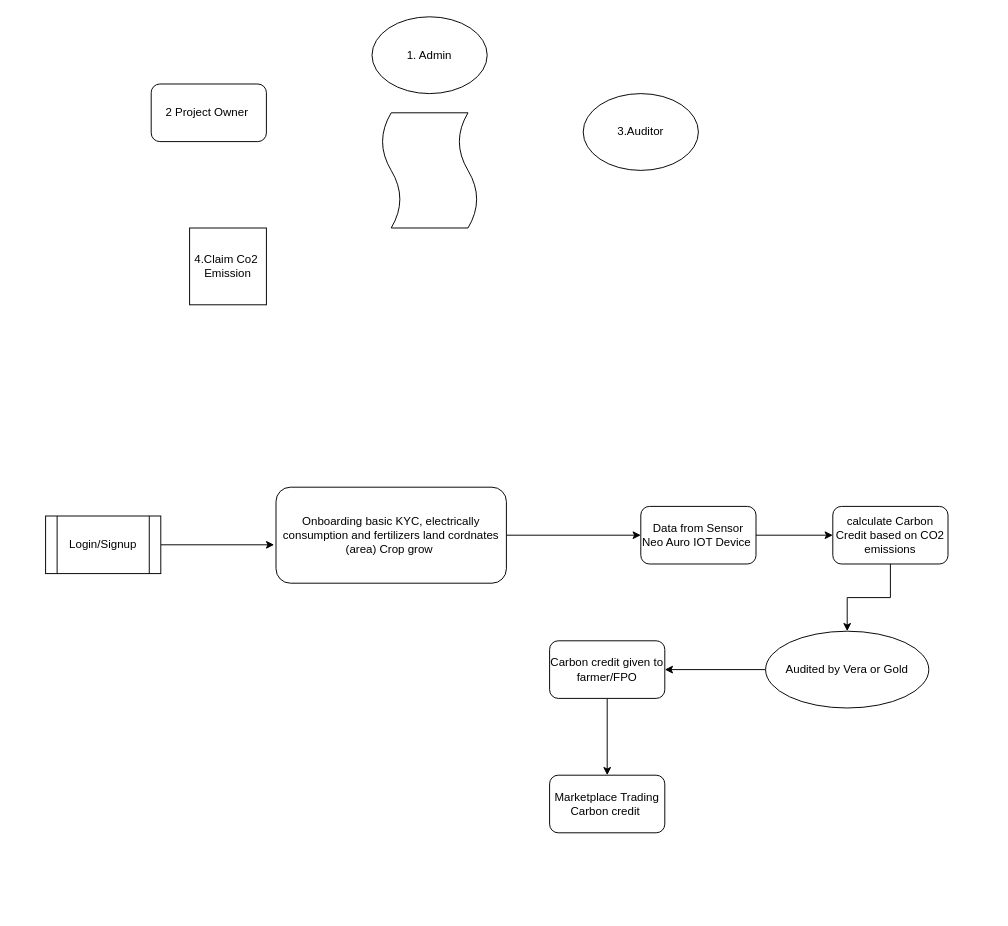
Before: Carbon_credit_diagram.drawio in Tapas15/Solidity, a draw.io diagram. Source tidied: cells renumbered, new cells numbered last; positions are measured from the earlier drawing's top-left corner, leaving out a move shared by most shapes. Both pictures are drawn from the tidied source at 96%, with x=0, y=0 at pixel (45, 16).
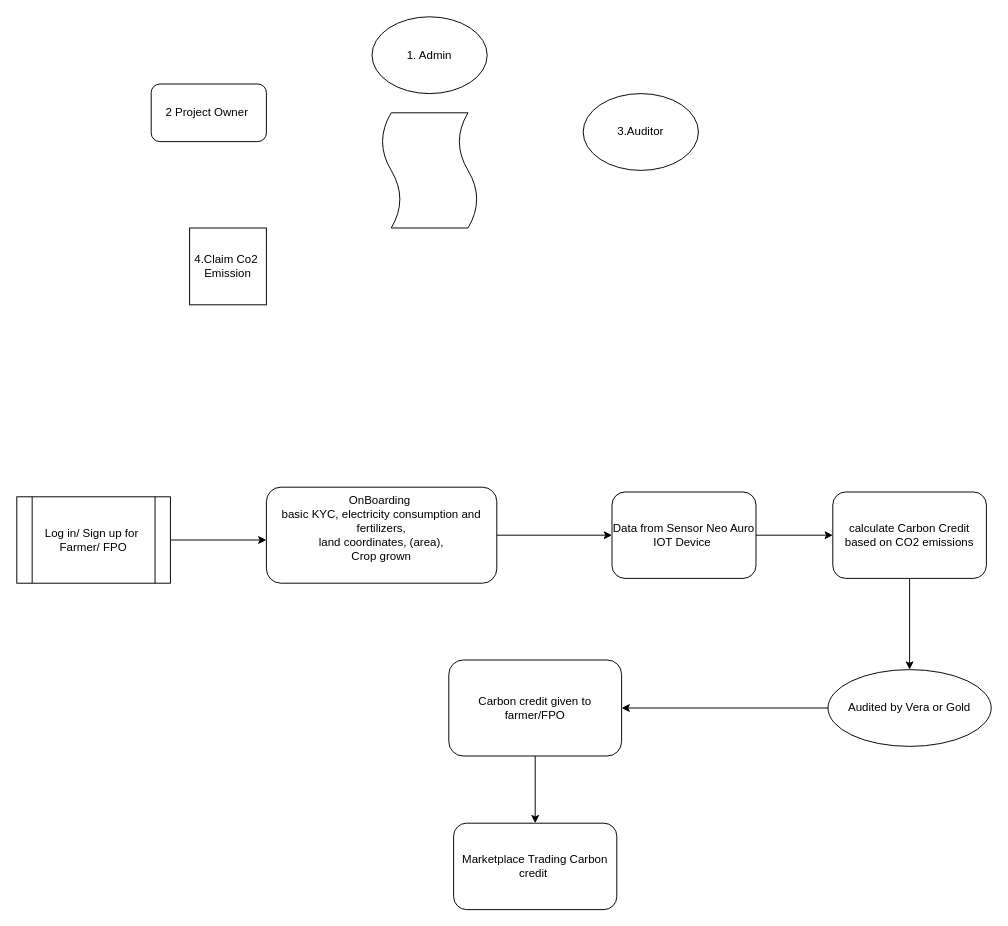
Above is the later version.

Diff of the diagram source:
```diff
@@
-    <mxCell id="7" style="edgeStyle=orthogonalEdgeStyle;rounded=0;jettySize=auto;html=1;entryX=-0.008;entryY=0.6;entryDx=0;entryDy=0;entryPerimeter=0;" parent="1" edge="1" source="8" target="10">
-      <mxGeometry relative="1" as="geometry" />
-    </mxCell>
+    <mxCell id="20" style="edgeStyle=orthogonalEdgeStyle;rounded=0;jettySize=auto;html=1;" parent="1" edge="1" source="8">
+      <mxGeometry relative="1" as="geometry">
+        <mxPoint x="230" y="545" as="targetPoint" />
+      </mxGeometry>
+    </mxCell>
-    <mxCell id="8" value="Login/Signup" style="shape=process;whiteSpace=wrap;html=1;backgroundOutline=1;" parent="1" vertex="1">
-      <mxGeometry y="520" width="120" height="60" as="geometry" />
+    <mxCell id="8" value="&lt;div&gt;Log in/ Sign up for&amp;nbsp;&lt;/div&gt;&lt;div&gt;Farmer/ FPO&lt;/div&gt;" style="shape=process;whiteSpace=wrap;html=1;backgroundOutline=1;" parent="1" vertex="1">
+      <mxGeometry x="-30" y="500" width="160" height="90" as="geometry" />
     </mxCell>
@@
-    <mxCell id="10" value="Onboarding basic KYC, electrically&lt;br&gt;consumption and fertilizers land cordnates (area) Crop grow&amp;nbsp;" style="rounded=1;whiteSpace=wrap;html=1;" parent="1" vertex="1">
-      <mxGeometry x="240" y="490" width="240" height="100" as="geometry" />
+    <mxCell id="10" value="&lt;div&gt;OnBoarding&amp;nbsp;&lt;/div&gt;&lt;div&gt;basic KYC, electricity consumption and fertilizers,&lt;/div&gt;&lt;div&gt;land coordinates, (area),&lt;/div&gt;&lt;div&gt;Crop grown&lt;/div&gt;&lt;div&gt;&lt;br&gt;&lt;/div&gt;" style="rounded=1;whiteSpace=wrap;html=1;" parent="1" vertex="1">
+      <mxGeometry x="230" y="490" width="240" height="100" as="geometry" />
     </mxCell>
@@
     <mxCell id="12" value="Data from Sensor Neo Auro IOT Device&amp;nbsp;" style="whiteSpace=wrap;html=1;rounded=1;" parent="1" vertex="1">
-      <mxGeometry x="620" y="510" width="120" height="60" as="geometry" />
+      <mxGeometry x="590" y="495" width="150" height="90" as="geometry" />
     </mxCell>
@@
     <mxCell id="14" value="calculate Carbon Credit based on CO2 emissions" style="whiteSpace=wrap;html=1;rounded=1;" parent="1" vertex="1">
-      <mxGeometry x="820" y="510" width="120" height="60" as="geometry" />
+      <mxGeometry x="820" y="495" width="160" height="90" as="geometry" />
     </mxCell>
@@
     <mxCell id="16" value="Audited by Vera or Gold" style="ellipse;whiteSpace=wrap;html=1;rounded=1;" parent="1" vertex="1">
-      <mxGeometry x="750" y="640" width="170" height="80" as="geometry" />
+      <mxGeometry x="815" y="680" width="170" height="80" as="geometry" />
     </mxCell>
@@
     <mxCell id="18" value="Carbon credit given to farmer/FPO" style="whiteSpace=wrap;html=1;rounded=1;" parent="1" vertex="1">
-      <mxGeometry x="525" y="650" width="120" height="60" as="geometry" />
+      <mxGeometry x="420" y="670" width="180" height="100" as="geometry" />
     </mxCell>
     <mxCell id="19" value="Marketplace Trading Carbon credit&amp;nbsp;" style="whiteSpace=wrap;html=1;rounded=1;" parent="1" vertex="1">
-      <mxGeometry x="525" y="790" width="120" height="60" as="geometry" />
+      <mxGeometry x="425" y="840" width="170" height="90" as="geometry" />
     </mxCell>
```
